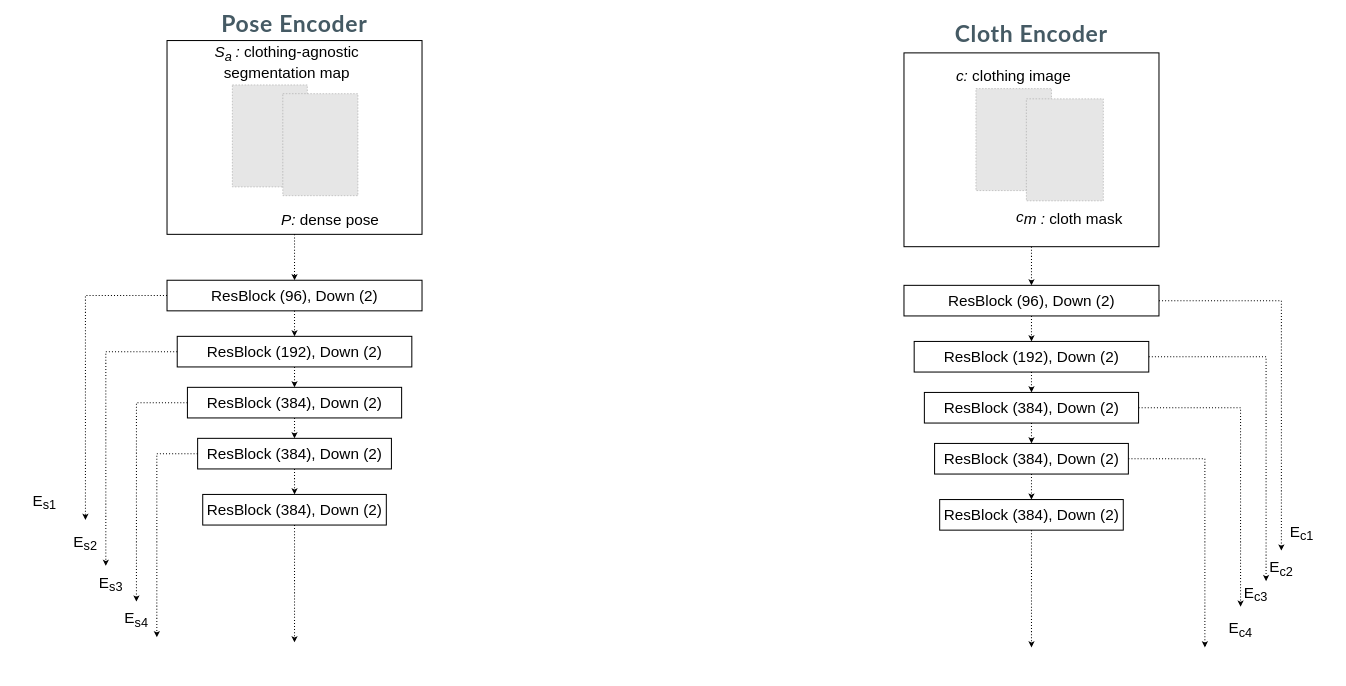
Above: drawMap/Encoder.drawio in fizzy-1111/slideppTheis (draw.io), before the change. Source tidied: cells renumbered, new cells numbered last; positions are measured from the earlier drawing's top-left corner, leaving out a move shared by most shapes. Both pictures are drawn from the tidied source at 51%, with x=0, y=0 at pixel (9, 15). Pictures stored in the file or linked from it are replaced by grey dashed boxes.
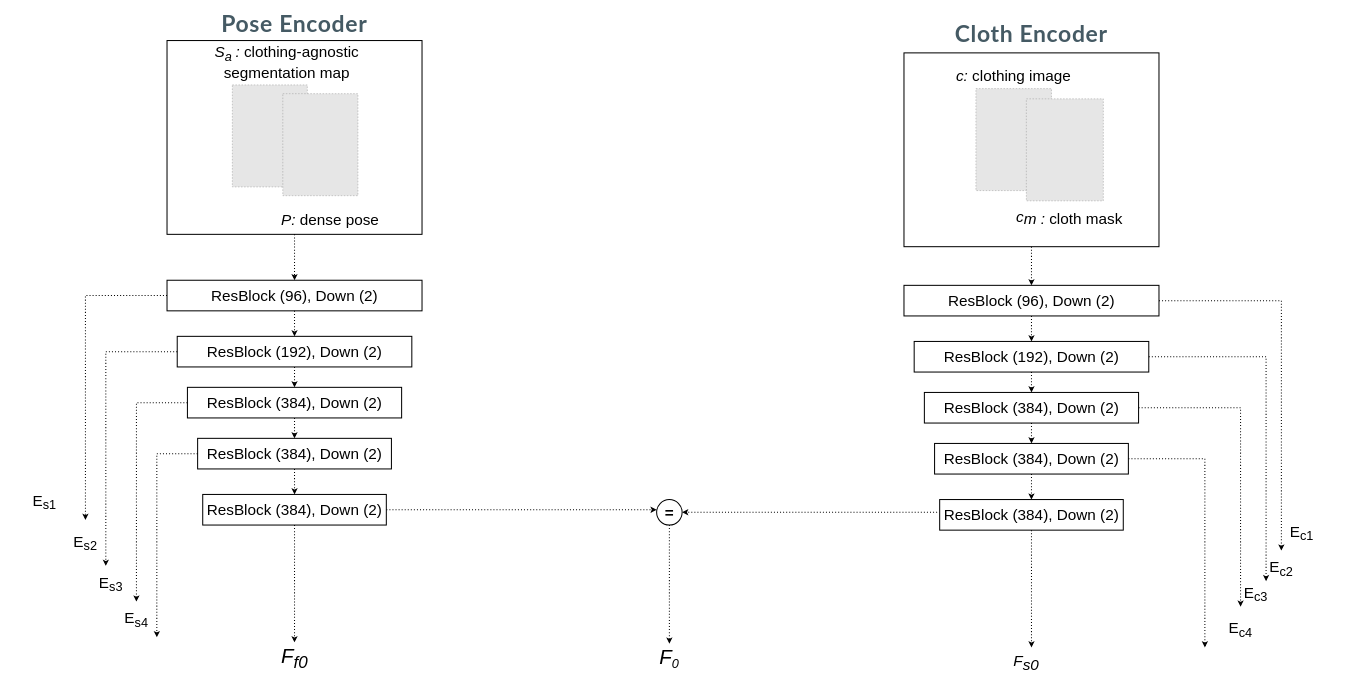
The same page after the edit.

Unchanged cells that the change refers to:
```xml
<mxCell id="16" value="&lt;font style=&quot;font-size: 30px;&quot;&gt;ResBlock (384), Down (2)&lt;/font&gt;" style="rounded=0;whiteSpace=wrap;html=1;fillColor=none;strokeWidth=2;" parent="1" vertex="1">
  <mxGeometry x="380" y="940" width="360" height="60" as="geometry" />
</mxCell>
```

The edit, as a diff of the source:
```diff
@@
+    <mxCell id="52" value="&lt;b&gt;&lt;font style=&quot;font-size: 30px;&quot;&gt;=&lt;/font&gt;&lt;/b&gt;" style="ellipse;whiteSpace=wrap;html=1;strokeWidth=2;" parent="1" vertex="1">
+      <mxGeometry x="1270" y="950" width="50" height="50" as="geometry" />
+    </mxCell>
+    <mxCell id="53" style="endArrow=classic;html=1;exitX=1;exitY=0.5;exitDx=0;exitDy=0;strokeWidth=2;dashed=1;dashPattern=1 2;" parent="1" edge="1" source="16">
+      <mxGeometry relative="1" as="geometry">
+        <mxPoint x="1270" y="970" as="targetPoint" />
+      </mxGeometry>
+    </mxCell>
+    <mxCell id="54" style="endArrow=classic;html=1;entryX=1;entryY=0.5;entryDx=0;entryDy=0;strokeWidth=2;dashed=1;dashPattern=1 2;" parent="1" edge="1" target="52">
+      <mxGeometry relative="1" as="geometry">
+        <mxPoint x="1820" y="975" as="sourcePoint" />
+      </mxGeometry>
+    </mxCell>
+    <mxCell id="55" style="endArrow=classic;html=1;exitX=0.5;exitY=1;exitDx=0;exitDy=0;strokeWidth=2;dashed=1;dashPattern=1 2;" parent="1" edge="1" source="52">
+      <mxGeometry relative="1" as="geometry">
+        <mxPoint x="1295" y="1232.7" as="targetPoint" />
+      </mxGeometry>
+    </mxCell>
+    <mxCell id="56" value="&lt;span style=&quot;font-size: 40px;&quot;&gt;&lt;i&gt;F&lt;sub&gt;f0&lt;/sub&gt;&lt;/i&gt;&lt;/span&gt;" style="text;html=1;strokeColor=none;fillColor=none;align=center;verticalAlign=middle;whiteSpace=wrap;rounded=0;strokeWidth=2;" parent="1" vertex="1">
+      <mxGeometry x="475" y="1230" width="170" height="60" as="geometry" />
+    </mxCell>
+    <mxCell id="57" value="&lt;i style=&quot;&quot;&gt;&lt;span style=&quot;font-size: 40px;&quot;&gt;F&lt;/span&gt;&lt;span style=&quot;font-size: 30px;&quot;&gt;&lt;sub&gt;0&lt;/sub&gt;&lt;/span&gt;&lt;/i&gt;" style="text;html=1;strokeColor=none;fillColor=none;align=center;verticalAlign=middle;whiteSpace=wrap;rounded=0;strokeWidth=2;" parent="1" vertex="1">
+      <mxGeometry x="1210" y="1230" width="170" height="60" as="geometry" />
+    </mxCell>
+    <mxCell id="58" value="&lt;i style=&quot;font-size: 30px;&quot;&gt;&lt;span style=&quot;&quot;&gt;F&lt;/span&gt;&lt;sub style=&quot;&quot;&gt;&lt;span style=&quot;font-size: 30px;&quot;&gt;s0&lt;/span&gt;&lt;/sub&gt;&lt;/i&gt;" style="text;html=1;strokeColor=none;fillColor=none;align=center;verticalAlign=middle;whiteSpace=wrap;rounded=0;strokeWidth=2;" parent="1" vertex="1">
+      <mxGeometry x="1910" y="1240" width="170" height="60" as="geometry" />
+    </mxCell>
```
